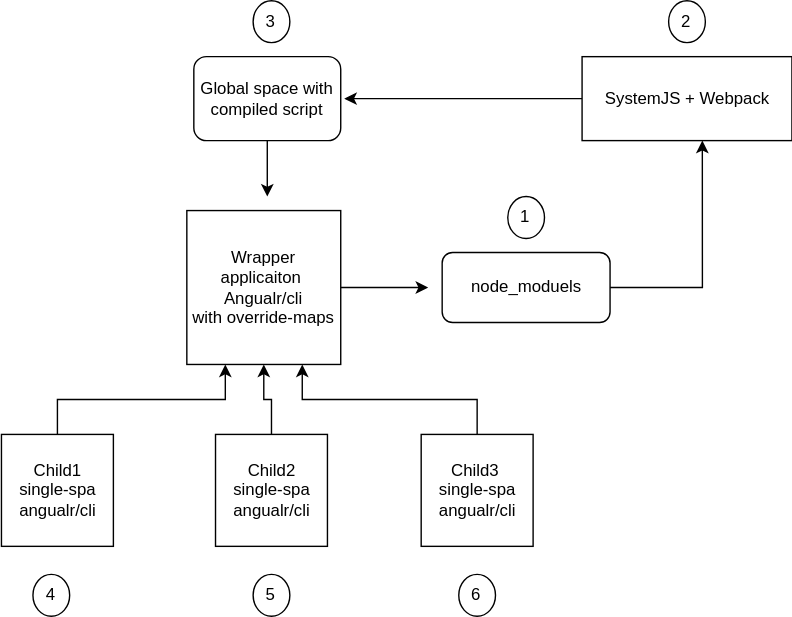
This is src/assets/Untitled Diagram.svg from 3gwebtrain/AngularWebpack, a draw.io export, as it was before one commit. Source tidied: cells renumbered, new cells last; positions are measured from the earlier drawing's top-left corner, leaving out a move shared by most shapes.
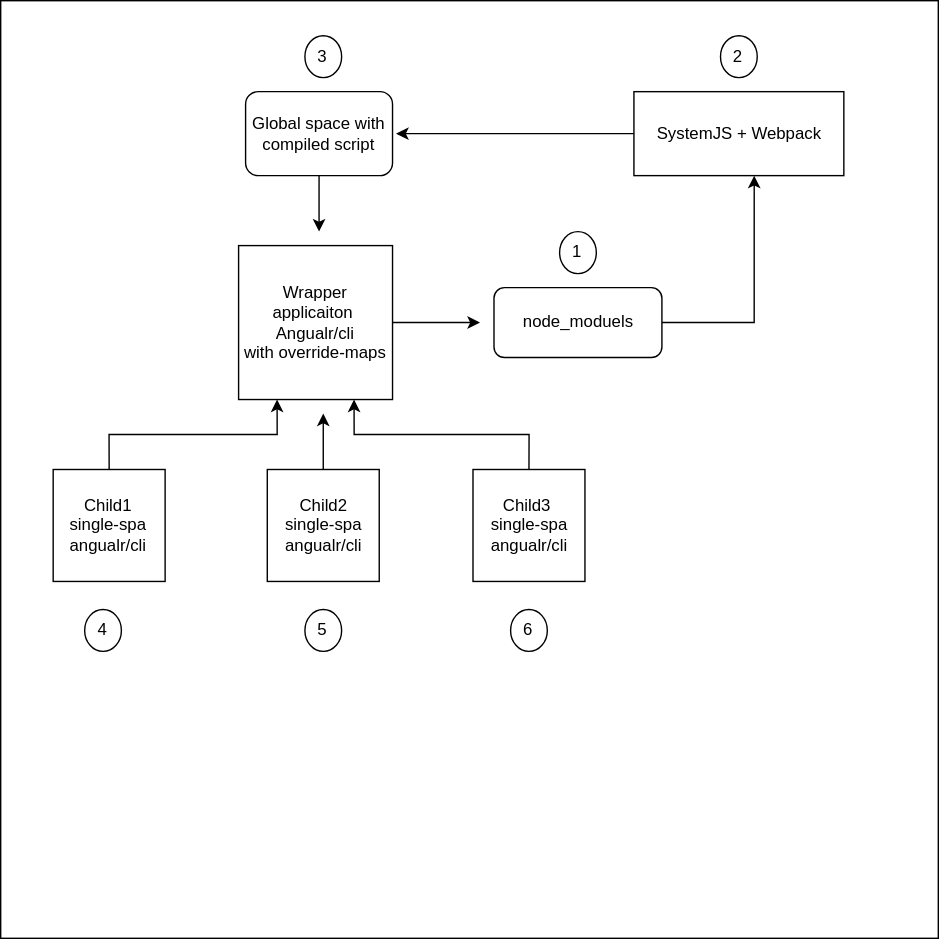
Later version of the same file.

Commit message:
single-spa Diagram.svg

Diff of the diagram source:
```diff
@@ -35,9 +35,11 @@
     <mxCell id="10" value="Child1&lt;br&gt;single-spa&lt;br&gt;angualr/cli" style="whiteSpace=wrap;html=1;" parent="1" vertex="1">
       <mxGeometry x="-0.5" y="310" width="80" height="80" as="geometry" />
     </mxCell>
-    <mxCell id="11" style="edgeStyle=orthogonalEdgeStyle;rounded=0;jettySize=auto;html=1;exitX=0.5;exitY=0;exitDx=0;exitDy=0;" parent="1" edge="1" source="12" target="4">
-      <mxGeometry relative="1" as="geometry" />
-    </mxCell>
+    <mxCell id="22" style="edgeStyle=orthogonalEdgeStyle;rounded=0;jettySize=auto;html=1;exitX=0.5;exitY=0;exitDx=0;exitDy=0;" parent="1" edge="1" source="12">
+      <mxGeometry relative="1" as="geometry">
+        <mxPoint x="192.5" y="270" as="targetPoint" />
+      </mxGeometry>
+    </mxCell>
     <mxCell id="12" value="&lt;span&gt;Child2&lt;br&gt;&lt;/span&gt;single-spa&lt;br&gt;&lt;span&gt;angualr/cli&lt;/span&gt;" style="whiteSpace=wrap;html=1;" parent="1" vertex="1">
       <mxGeometry x="152.5" y="310" width="80" height="80" as="geometry" />
     </mxCell>
@@ -68,5 +70,8 @@
     <mxCell id="21" value="6" style="ellipse;whiteSpace=wrap;html=1;" parent="1" vertex="1">
       <mxGeometry x="326.4" y="410" width="26.2" height="30" as="geometry" />
     </mxCell>
+    <mxCell id="23" style="whiteSpace=wrap;html=1;fillColor=none;imageAspect=0;" parent="1" vertex="1">
+      <mxGeometry x="-38" y="-25" width="670" height="670" as="geometry" />
+    </mxCell>
   </root>
 </mxGraphModel>
```
